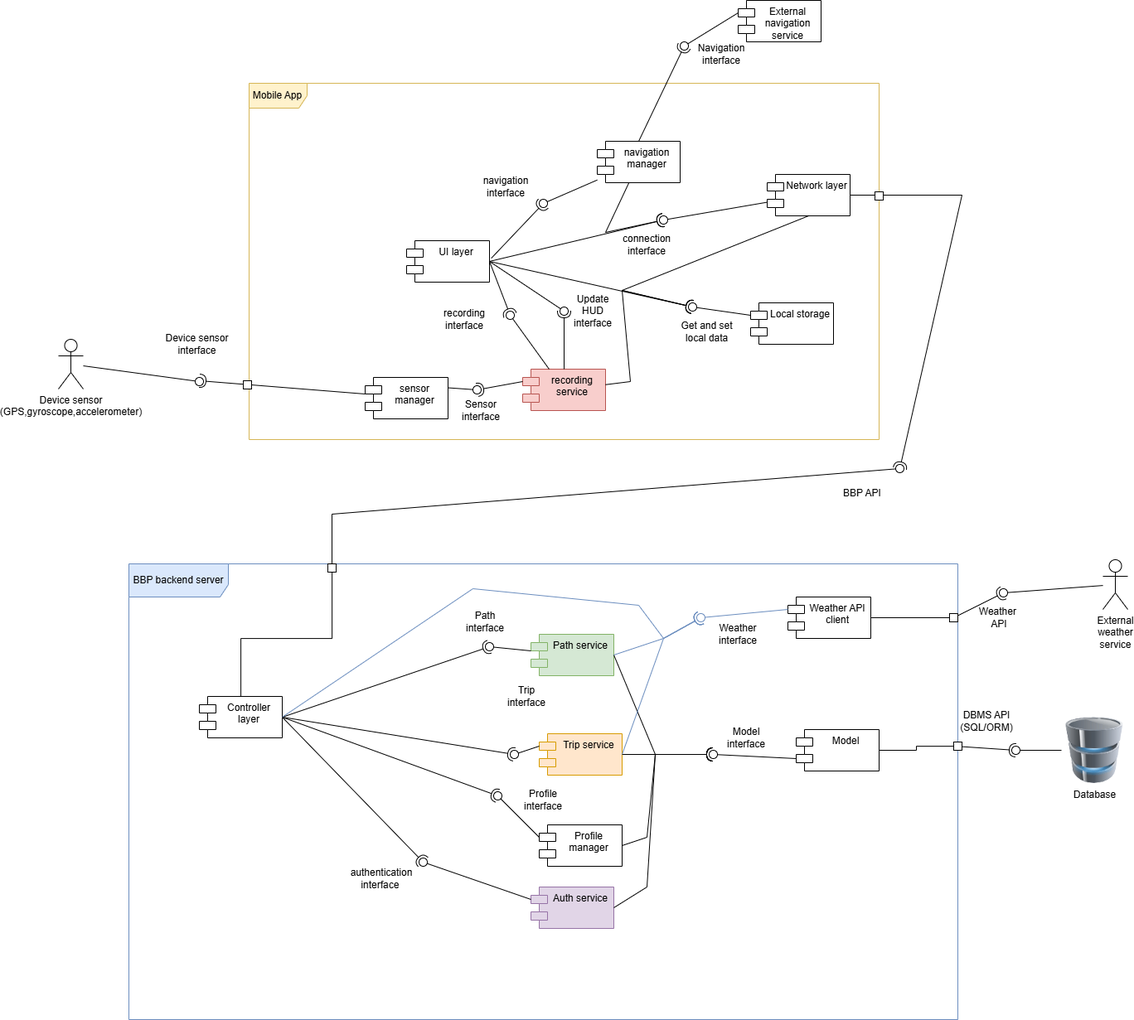
Before: DD/LaTeXCode/images/componentDiagrams/Component_diagram-Complete_low_level_diagram.drawio.png, a diagram exported from draw.io (jacopobellosi/Bellosi-Montanelli-Tempobono). Source tidied: cells renumbered, new cells last; positions are measured from the earlier drawing's top-left corner, leaving out a move shared by most shapes.
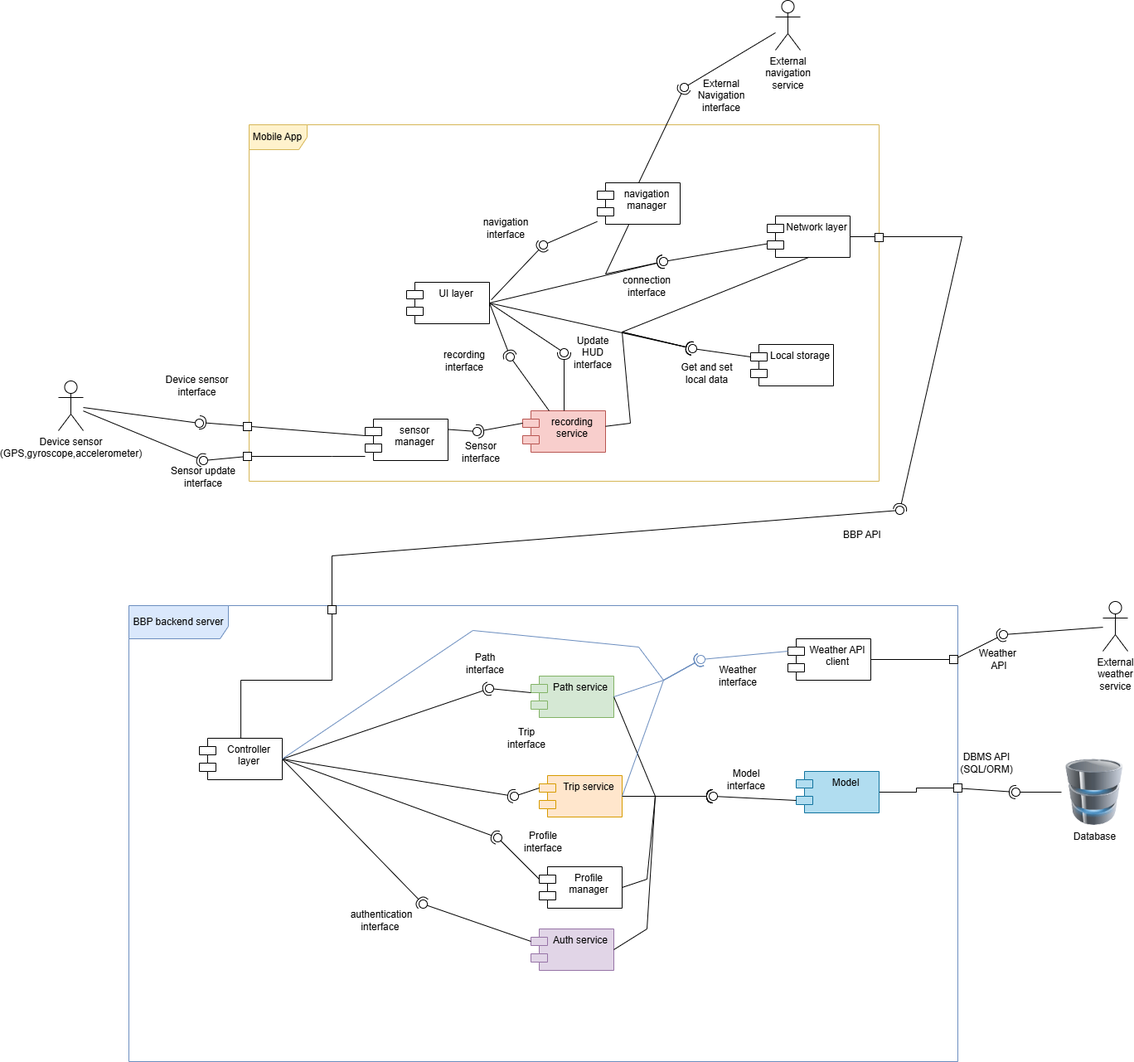
After the change.

Change to the diagram source:
```diff
@@ -5,9 +5,6 @@
     <mxCell id="2" value="BBP backend server" style="shape=umlFrame;whiteSpace=wrap;html=1;width=120;height=40;fillColor=#dae8fc;strokeColor=#6c8ebf;" parent="1" vertex="1">
       <mxGeometry x="85" y="680" width="1000" height="550" as="geometry" />
     </mxCell>
-    <mxCell id="3" value="External navigation service" style="shape=module;align=left;spacingLeft=20;align=center;verticalAlign=top;whiteSpace=wrap;html=1;" parent="1" vertex="1">
-      <mxGeometry x="820" width="100" height="50" as="geometry" />
-    </mxCell>
     <mxCell id="4" style="ellipse;whiteSpace=wrap;html=1;align=center;fillColor=none;strokeColor=none;perimeter=centerPerimeter;" parent="1" vertex="1">
       <mxGeometry x="675" y="580" width="10" height="10" as="geometry" />
     </mxCell>
@@ -44,7 +41,7 @@
     <mxCell id="15" value="Weather&amp;nbsp;&lt;div&gt;API&lt;/div&gt;" style="text;html=1;whiteSpace=wrap;strokeColor=none;fillColor=none;align=center;verticalAlign=middle;rounded=0;" parent="1" vertex="1">
       <mxGeometry x="1105" y="725" width="60" height="40" as="geometry" />
     </mxCell>
-    <mxCell id="16" value="Navigation&lt;br&gt;interface" style="text;html=1;whiteSpace=wrap;strokeColor=none;fillColor=none;align=center;verticalAlign=middle;rounded=0;" parent="1" vertex="1">
+    <mxCell id="16" value="External&lt;br&gt;Navigation&lt;br&gt;interface" style="text;html=1;whiteSpace=wrap;strokeColor=none;fillColor=none;align=center;verticalAlign=middle;rounded=0;" parent="1" vertex="1">
       <mxGeometry x="770" y="50" width="60" height="30" as="geometry" />
     </mxCell>
     <mxCell id="17" value="Device sensor interface" style="text;html=1;whiteSpace=wrap;strokeColor=none;fillColor=none;align=center;verticalAlign=middle;rounded=0;" parent="1" vertex="1">
@@ -89,7 +86,7 @@
     <mxCell id="30" value="Profile manager" style="shape=module;align=left;spacingLeft=20;align=center;verticalAlign=top;whiteSpace=wrap;html=1;" parent="1" vertex="1">
       <mxGeometry x="580" y="995" width="100" height="50" as="geometry" />
     </mxCell>
-    <mxCell id="31" value="Model" style="shape=module;align=left;spacingLeft=20;align=center;verticalAlign=top;whiteSpace=wrap;html=1;" parent="1" vertex="1">
+    <mxCell id="31" value="Model" style="shape=module;align=left;spacingLeft=20;align=center;verticalAlign=top;whiteSpace=wrap;html=1;fillColor=#b1ddf0;strokeColor=#10739e;" parent="1" vertex="1">
       <mxGeometry x="890" y="880" width="100" height="50" as="geometry" />
     </mxCell>
     <mxCell id="32" style="edgeStyle=orthogonalEdgeStyle;rounded=0;jettySize=auto;html=1;endArrow=none;endFill=0;" parent="1" edge="1" source="24" target="26">
@@ -335,7 +332,7 @@
     <mxCell id="92" style="rounded=0;jettySize=auto;html=1;endArrow=halfCircle;endFill=0;endSize=6;strokeWidth=1;sketch=0;exitX=0.5;exitY=0;exitDx=0;exitDy=0;" parent="1" edge="1" source="60" target="94">
       <mxGeometry relative="1" as="geometry" />
     </mxCell>
-    <mxCell id="93" style="rounded=0;jettySize=auto;html=1;endArrow=oval;endFill=0;sketch=0;sourcePerimeterSpacing=0;targetPerimeterSpacing=0;endSize=10;exitX=0;exitY=0;exitDx=0;exitDy=15;exitPerimeter=0;" parent="1" edge="1" source="3" target="94">
+    <mxCell id="93" style="rounded=0;jettySize=auto;html=1;endArrow=oval;endFill=0;sketch=0;sourcePerimeterSpacing=0;targetPerimeterSpacing=0;endSize=10;" parent="1" edge="1" source="3" target="94">
       <mxGeometry relative="1" as="geometry" />
     </mxCell>
     <mxCell id="94" style="ellipse;whiteSpace=wrap;html=1;align=center;fillColor=none;strokeColor=none;perimeter=centerPerimeter;points=[];outlineConnect=1;" parent="1" vertex="1">
@@ -441,5 +438,31 @@
         </Array>
       </mxGeometry>
     </mxCell>
+    <mxCell id="3" value="&lt;span style=&quot;text-wrap-mode: wrap;&quot;&gt;External navigation service&lt;/span&gt;" style="shape=umlActor;verticalLabelPosition=bottom;verticalAlign=top;html=1;outlineConnect=0;" parent="1" vertex="1">
+      <mxGeometry x="865" y="-50" width="30" height="60" as="geometry" />
+    </mxCell>
+    <mxCell id="123" style="rounded=0;jettySize=auto;html=1;endArrow=halfCircle;endFill=0;endSize=6;strokeWidth=1;sketch=0;" parent="1" edge="1" source="119" target="125">
+      <mxGeometry relative="1" as="geometry" />
+    </mxCell>
+    <mxCell id="124" style="rounded=0;jettySize=auto;html=1;endArrow=oval;endFill=0;sketch=0;sourcePerimeterSpacing=0;targetPerimeterSpacing=0;endSize=10;" parent="1" edge="1" source="128" target="125">
+      <mxGeometry relative="1" as="geometry" />
+    </mxCell>
+    <mxCell id="125" style="ellipse;whiteSpace=wrap;html=1;align=center;fillColor=none;strokeColor=none;perimeter=centerPerimeter;points=[];outlineConnect=1;" parent="1" vertex="1">
+      <mxGeometry x="170" y="500" width="10" height="10" as="geometry" />
+    </mxCell>
+    <mxCell id="126" value="Sensor update interface" style="text;html=1;whiteSpace=wrap;strokeColor=none;fillColor=none;align=center;verticalAlign=middle;rounded=0;" parent="1" vertex="1">
+      <mxGeometry x="130" y="510" width="90" height="30" as="geometry" />
+    </mxCell>
+    <mxCell id="127" style="edgeStyle=orthogonalEdgeStyle;rounded=0;jettySize=auto;html=1;endArrow=none;endFill=0;" parent="1" edge="1" source="128" target="59">
+      <mxGeometry relative="1" as="geometry">
+        <Array as="points">
+          <mxPoint x="330" y="500" />
+          <mxPoint x="330" y="500" />
+        </Array>
+      </mxGeometry>
+    </mxCell>
+    <mxCell id="128" style="rounded=0;whiteSpace=wrap;html=1;" parent="1" vertex="1">
+      <mxGeometry x="223" y="495" width="10" height="10" as="geometry" />
+    </mxCell>
   </root>
 </mxGraphModel>
```
